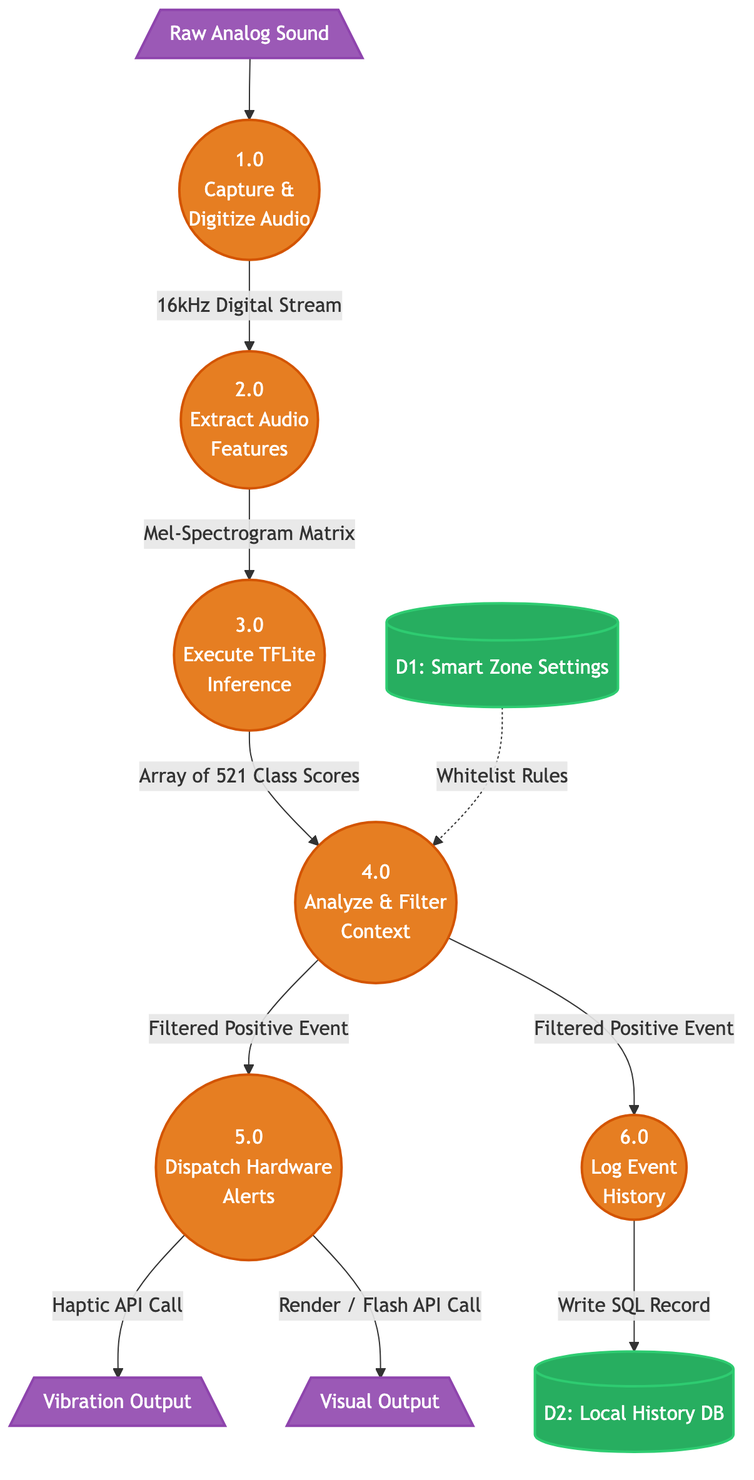
pyabu/hearalert_v1.0 keeps this Mermaid diagram as hearalertt/03_Level1_DFD.png. Above is the earlier version. Its source is kept beside it as hearalertt/03_Level1_DFD.mmd. Its diagram source:
```mermaid
graph TD
    classDef process fill:#E67E22,stroke:#D35400,stroke-width:2px,color:#FFFFFF,rx:20,ry:20;
    classDef datastore fill:#27AE60,stroke:#2ECC71,stroke-width:2px,color:#FFFFFF;
    classDef io fill:#9B59B6,stroke:#8E44AD,stroke-width:2px,color:#FFFFFF;

    Input[/Raw Analog Sound\]:::io

    P1((1.0<br>Capture &<br>Digitize Audio)):::process
    P2((2.0<br>Extract Audio<br>Features)):::process
    P3((3.0<br>Execute TFLite<br>Inference)):::process
    P4((4.0<br>Analyze & Filter<br>Context)):::process
    P5((5.0<br>Dispatch Hardware<br>Alerts)):::process
    P6((6.0<br>Log Event<br>History)):::process

    D1[(D1: Smart Zone Settings)]:::datastore
    D2[(D2: Local History DB)]:::datastore

    Out1[/Vibration Output\]:::io
    Out2[/Visual Output\]:::io

    Input --> P1
    P1 -->|16kHz Digital Stream| P2
    P2 -->|Mel-Spectrogram Matrix| P3
    P3 -->|Array of 521 Class Scores| P4

    D1 -.->|Whitelist Rules| P4
    P4 -->|Filtered Positive Event| P5
    P4 -->|Filtered Positive Event| P6

    P5 -->|Haptic API Call| Out1
    P5 -->|Render / Flash API Call| Out2
    P6 -->|Write SQL Record| D2
```
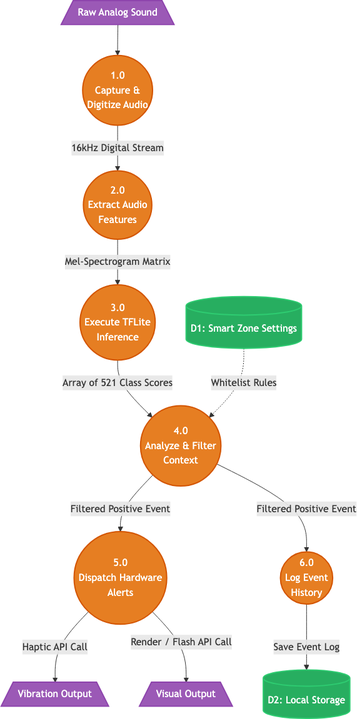
The same file after the commit.

Diff of the diagram source:
```diff
@@ -13,7 +13,7 @@
     P6((6.0<br>Log Event<br>History)):::process
 
     D1[(D1: Smart Zone Settings)]:::datastore
-    D2[(D2: Local History DB)]:::datastore
+    D2[(D2: Local Storage)]:::datastore
 
     Out1[/Vibration Output\]:::io
     Out2[/Visual Output\]:::io
@@ -29,4 +29,4 @@
 
     P5 -->|Haptic API Call| Out1
     P5 -->|Render / Flash API Call| Out2
-    P6 -->|Write SQL Record| D2
+    P6 -->|Save Event Log| D2
```
